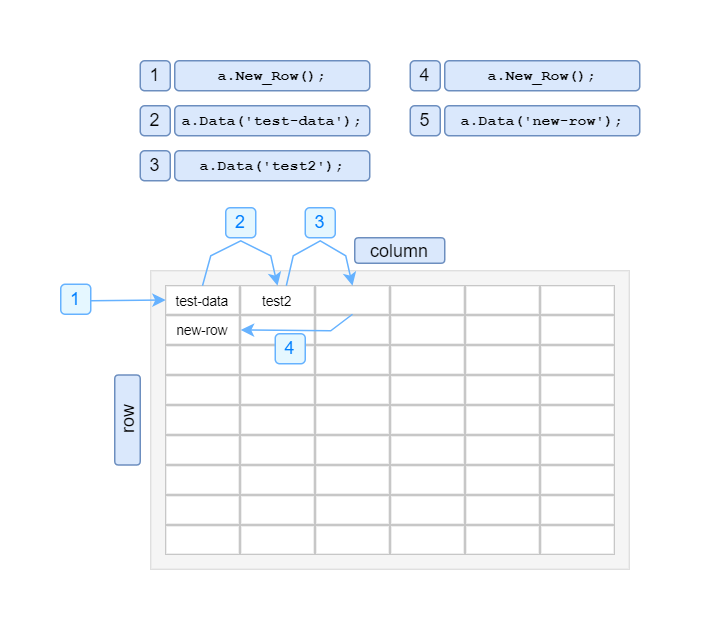
OtabekToshkanov/biruni-docs keeps this draw.io diagram as .gitbook/assets/b_table.png. Above is the earlier version. Source tidied: cells renumbered, new cells last; positions are measured from the earlier drawing's top-left corner, leaving out a move shared by most shapes. Its diagram source:
```xml
<mxGraphModel>
  <root>
    <mxCell id="0" />
    <mxCell id="1" parent="0" />
    <mxCell id="2" style="rounded=0;whiteSpace=wrap;html=1;strokeWidth=0;fillColor=#f5f5f5;fontColor=#333333;strokeColor=#666666;" parent="1" vertex="1">
      <mxGeometry x="60" y="140" width="319" height="199" as="geometry" />
    </mxCell>
    <mxCell id="3" value="&lt;font style=&quot;font-size: 9px;&quot;&gt;test2&lt;/font&gt;" style="rounded=0;whiteSpace=wrap;html=1;strokeWidth=0;gradientColor=none;" parent="1" vertex="1">
      <mxGeometry x="120" y="150" width="49" height="19" as="geometry" />
    </mxCell>
    <mxCell id="4" value="&lt;font style=&quot;font-size: 9px;&quot;&gt;test-data&lt;/font&gt;" style="rounded=0;whiteSpace=wrap;html=1;strokeWidth=0;shadow=0;glass=0;dashed=1;strokeColor=default;" parent="1" vertex="1">
      <mxGeometry x="70" y="150" width="49" height="19" as="geometry" />
    </mxCell>
    <mxCell id="5" value="new-row" style="rounded=0;whiteSpace=wrap;html=1;strokeWidth=0;fontSize=9;" parent="1" vertex="1">
      <mxGeometry x="70" y="170" width="49" height="19" as="geometry" />
    </mxCell>
    <mxCell id="6" style="rounded=0;whiteSpace=wrap;html=1;strokeWidth=0;" parent="1" vertex="1">
      <mxGeometry x="120" y="190" width="49" height="19" as="geometry" />
    </mxCell>
    <mxCell id="7" style="rounded=0;whiteSpace=wrap;html=1;strokeWidth=0;" parent="1" vertex="1">
      <mxGeometry x="120" y="170" width="49" height="19" as="geometry" />
    </mxCell>
    <mxCell id="8" style="rounded=0;whiteSpace=wrap;html=1;strokeWidth=0;" parent="1" vertex="1">
      <mxGeometry x="70" y="190" width="49" height="19" as="geometry" />
    </mxCell>
    <mxCell id="9" style="rounded=0;whiteSpace=wrap;html=1;strokeWidth=0;" parent="1" vertex="1">
      <mxGeometry x="170" y="150" width="49" height="19" as="geometry" />
    </mxCell>
    <mxCell id="10" style="rounded=0;whiteSpace=wrap;html=1;strokeWidth=0;" parent="1" vertex="1">
      <mxGeometry x="220" y="150" width="49" height="19" as="geometry" />
    </mxCell>
    <mxCell id="11" style="rounded=0;whiteSpace=wrap;html=1;strokeWidth=0;" parent="1" vertex="1">
      <mxGeometry x="170" y="170" width="49" height="19" as="geometry" />
    </mxCell>
    <mxCell id="12" style="rounded=0;whiteSpace=wrap;html=1;strokeWidth=0;" parent="1" vertex="1">
      <mxGeometry x="220" y="170" width="49" height="19" as="geometry" />
    </mxCell>
    <mxCell id="13" style="rounded=0;whiteSpace=wrap;html=1;strokeWidth=0;" parent="1" vertex="1">
      <mxGeometry x="170" y="190" width="49" height="19" as="geometry" />
    </mxCell>
    <mxCell id="14" style="rounded=0;whiteSpace=wrap;html=1;strokeWidth=0;" parent="1" vertex="1">
      <mxGeometry x="220" y="190" width="49" height="19" as="geometry" />
    </mxCell>
    <mxCell id="15" style="rounded=0;whiteSpace=wrap;html=1;strokeWidth=0;" parent="1" vertex="1">
      <mxGeometry x="270" y="150" width="49" height="19" as="geometry" />
    </mxCell>
    <mxCell id="16" style="rounded=0;whiteSpace=wrap;html=1;strokeWidth=0;" parent="1" vertex="1">
      <mxGeometry x="320" y="150" width="49" height="19" as="geometry" />
    </mxCell>
    <mxCell id="17" style="rounded=0;whiteSpace=wrap;html=1;strokeWidth=0;" parent="1" vertex="1">
      <mxGeometry x="270" y="170" width="49" height="19" as="geometry" />
    </mxCell>
    <mxCell id="18" style="rounded=0;whiteSpace=wrap;html=1;strokeWidth=0;" parent="1" vertex="1">
      <mxGeometry x="320" y="170" width="49" height="19" as="geometry" />
    </mxCell>
    <mxCell id="19" style="rounded=0;whiteSpace=wrap;html=1;strokeWidth=0;" parent="1" vertex="1">
      <mxGeometry x="270" y="190" width="49" height="19" as="geometry" />
    </mxCell>
    <mxCell id="20" style="rounded=0;whiteSpace=wrap;html=1;strokeWidth=0;" parent="1" vertex="1">
      <mxGeometry x="320" y="190" width="49" height="19" as="geometry" />
    </mxCell>
    <mxCell id="21" style="rounded=0;whiteSpace=wrap;html=1;strokeWidth=0;" parent="1" vertex="1">
      <mxGeometry x="120" y="210" width="49" height="19" as="geometry" />
    </mxCell>
    <mxCell id="22" style="rounded=0;whiteSpace=wrap;html=1;strokeWidth=0;" parent="1" vertex="1">
      <mxGeometry x="70" y="210" width="49" height="19" as="geometry" />
    </mxCell>
    <mxCell id="23" style="rounded=0;whiteSpace=wrap;html=1;strokeWidth=0;" parent="1" vertex="1">
      <mxGeometry x="70" y="230" width="49" height="19" as="geometry" />
    </mxCell>
    <mxCell id="24" style="rounded=0;whiteSpace=wrap;html=1;strokeWidth=0;" parent="1" vertex="1">
      <mxGeometry x="120" y="250" width="49" height="19" as="geometry" />
    </mxCell>
    <mxCell id="25" style="rounded=0;whiteSpace=wrap;html=1;strokeWidth=0;" parent="1" vertex="1">
      <mxGeometry x="120" y="230" width="49" height="19" as="geometry" />
    </mxCell>
    <mxCell id="26" style="rounded=0;whiteSpace=wrap;html=1;strokeWidth=0;" parent="1" vertex="1">
      <mxGeometry x="70" y="250" width="49" height="19" as="geometry" />
    </mxCell>
    <mxCell id="27" style="rounded=0;whiteSpace=wrap;html=1;strokeWidth=0;" parent="1" vertex="1">
      <mxGeometry x="170" y="210" width="49" height="19" as="geometry" />
    </mxCell>
    <mxCell id="28" style="rounded=0;whiteSpace=wrap;html=1;strokeWidth=0;" parent="1" vertex="1">
      <mxGeometry x="220" y="210" width="49" height="19" as="geometry" />
    </mxCell>
    <mxCell id="29" style="rounded=0;whiteSpace=wrap;html=1;strokeWidth=0;" parent="1" vertex="1">
      <mxGeometry x="170" y="230" width="49" height="19" as="geometry" />
    </mxCell>
    <mxCell id="30" style="rounded=0;whiteSpace=wrap;html=1;strokeWidth=0;" parent="1" vertex="1">
      <mxGeometry x="220" y="230" width="49" height="19" as="geometry" />
    </mxCell>
    <mxCell id="31" style="rounded=0;whiteSpace=wrap;html=1;strokeWidth=0;" parent="1" vertex="1">
      <mxGeometry x="170" y="250" width="49" height="19" as="geometry" />
    </mxCell>
    <mxCell id="32" style="rounded=0;whiteSpace=wrap;html=1;strokeWidth=0;" parent="1" vertex="1">
      <mxGeometry x="220" y="250" width="49" height="19" as="geometry" />
    </mxCell>
    <mxCell id="33" style="rounded=0;whiteSpace=wrap;html=1;strokeWidth=0;" parent="1" vertex="1">
      <mxGeometry x="270" y="210" width="49" height="19" as="geometry" />
    </mxCell>
    <mxCell id="34" style="rounded=0;whiteSpace=wrap;html=1;strokeWidth=0;" parent="1" vertex="1">
      <mxGeometry x="320" y="210" width="49" height="19" as="geometry" />
    </mxCell>
    <mxCell id="35" style="rounded=0;whiteSpace=wrap;html=1;strokeWidth=0;" parent="1" vertex="1">
      <mxGeometry x="270" y="230" width="49" height="19" as="geometry" />
    </mxCell>
    <mxCell id="36" style="rounded=0;whiteSpace=wrap;html=1;strokeWidth=0;" parent="1" vertex="1">
      <mxGeometry x="320" y="230" width="49" height="19" as="geometry" />
    </mxCell>
    <mxCell id="37" style="rounded=0;whiteSpace=wrap;html=1;strokeWidth=0;" parent="1" vertex="1">
      <mxGeometry x="270" y="250" width="49" height="19" as="geometry" />
    </mxCell>
    <mxCell id="38" style="rounded=0;whiteSpace=wrap;html=1;strokeWidth=0;" parent="1" vertex="1">
      <mxGeometry x="320" y="250" width="49" height="19" as="geometry" />
    </mxCell>
    <mxCell id="39" style="rounded=0;whiteSpace=wrap;html=1;strokeWidth=0;" parent="1" vertex="1">
      <mxGeometry x="120" y="270" width="49" height="19" as="geometry" />
    </mxCell>
    <mxCell id="40" style="rounded=0;whiteSpace=wrap;html=1;strokeWidth=0;" parent="1" vertex="1">
      <mxGeometry x="70" y="270" width="49" height="19" as="geometry" />
    </mxCell>
    <mxCell id="41" style="rounded=0;whiteSpace=wrap;html=1;strokeWidth=0;" parent="1" vertex="1">
      <mxGeometry x="70" y="290" width="49" height="19" as="geometry" />
    </mxCell>
    <mxCell id="42" style="rounded=0;whiteSpace=wrap;html=1;strokeWidth=0;" parent="1" vertex="1">
      <mxGeometry x="120" y="310" width="49" height="19" as="geometry" />
    </mxCell>
    <mxCell id="43" style="rounded=0;whiteSpace=wrap;html=1;strokeWidth=0;" parent="1" vertex="1">
      <mxGeometry x="120" y="290" width="49" height="19" as="geometry" />
    </mxCell>
    <mxCell id="44" style="rounded=0;whiteSpace=wrap;html=1;strokeWidth=0;" parent="1" vertex="1">
      <mxGeometry x="70" y="310" width="49" height="19" as="geometry" />
    </mxCell>
    <mxCell id="45" style="rounded=0;whiteSpace=wrap;html=1;strokeWidth=0;" parent="1" vertex="1">
      <mxGeometry x="170" y="270" width="49" height="19" as="geometry" />
    </mxCell>
    <mxCell id="46" style="rounded=0;whiteSpace=wrap;html=1;strokeWidth=0;" parent="1" vertex="1">
      <mxGeometry x="220" y="270" width="49" height="19" as="geometry" />
    </mxCell>
    <mxCell id="47" style="rounded=0;whiteSpace=wrap;html=1;strokeWidth=0;" parent="1" vertex="1">
      <mxGeometry x="170" y="290" width="49" height="19" as="geometry" />
    </mxCell>
    <mxCell id="48" style="rounded=0;whiteSpace=wrap;html=1;strokeWidth=0;" parent="1" vertex="1">
      <mxGeometry x="220" y="290" width="49" height="19" as="geometry" />
    </mxCell>
    <mxCell id="49" style="rounded=0;whiteSpace=wrap;html=1;strokeWidth=0;" parent="1" vertex="1">
      <mxGeometry x="170" y="310" width="49" height="19" as="geometry" />
    </mxCell>
    <mxCell id="50" style="rounded=0;whiteSpace=wrap;html=1;strokeWidth=0;" parent="1" vertex="1">
      <mxGeometry x="220" y="310" width="49" height="19" as="geometry" />
    </mxCell>
    <mxCell id="51" style="rounded=0;whiteSpace=wrap;html=1;strokeWidth=0;" parent="1" vertex="1">
      <mxGeometry x="270" y="270" width="49" height="19" as="geometry" />
    </mxCell>
    <mxCell id="52" style="rounded=0;whiteSpace=wrap;html=1;strokeWidth=0;" parent="1" vertex="1">
      <mxGeometry x="320" y="270" width="49" height="19" as="geometry" />
    </mxCell>
    <mxCell id="53" style="rounded=0;whiteSpace=wrap;html=1;strokeWidth=0;" parent="1" vertex="1">
      <mxGeometry x="270" y="290" width="49" height="19" as="geometry" />
    </mxCell>
    <mxCell id="54" style="rounded=0;whiteSpace=wrap;html=1;strokeWidth=0;" parent="1" vertex="1">
      <mxGeometry x="320" y="290" width="49" height="19" as="geometry" />
    </mxCell>
    <mxCell id="55" style="rounded=0;whiteSpace=wrap;html=1;strokeWidth=0;" parent="1" vertex="1">
      <mxGeometry x="270" y="310" width="49" height="19" as="geometry" />
    </mxCell>
    <mxCell id="56" style="rounded=0;whiteSpace=wrap;html=1;strokeWidth=0;" parent="1" vertex="1">
      <mxGeometry x="320" y="310" width="49" height="19" as="geometry" />
    </mxCell>
    <mxCell id="57" value="&lt;font style=&quot;font-size: 10px;&quot;&gt;a.Data('test-data');&lt;/font&gt;" style="text;html=1;align=center;verticalAlign=middle;whiteSpace=wrap;rounded=1;fontSize=8;fillColor=#dae8fc;strokeColor=#6c8ebf;fontFamily=Courier New;fontStyle=1;" parent="1" vertex="1">
      <mxGeometry x="76" y="30" width="130" height="20" as="geometry" />
    </mxCell>
    <mxCell id="58" value="row" style="text;html=1;align=center;verticalAlign=middle;whiteSpace=wrap;rounded=1;direction=south;horizontal=0;flipH=0;flipV=0;strokeColor=#6c8ebf;fillColor=#dae8fc;" parent="1" vertex="1">
      <mxGeometry x="36" y="209.5" width="17" height="60" as="geometry" />
    </mxCell>
    <mxCell id="59" style="endArrow=classic;html=1;rounded=0;exitX=0.5;exitY=0;exitDx=0;exitDy=0;entryX=0.5;entryY=0;entryDx=0;entryDy=0;flowAnimation=0;enumerate=0;strokeColor=#66B2FF;" parent="1" edge="1" source="4" target="3">
      <mxGeometry relative="1" as="geometry">
        <Array as="points">
          <mxPoint x="100" y="130" />
          <mxPoint x="120" y="120" />
          <mxPoint x="140" y="130" />
        </Array>
      </mxGeometry>
    </mxCell>
    <mxCell id="60" value="&lt;font style=&quot;font-size: 10px;&quot;&gt;a.New_Row();&lt;/font&gt;" style="text;html=1;align=center;verticalAlign=middle;whiteSpace=wrap;rounded=1;fontSize=8;fillColor=#dae8fc;strokeColor=#6c8ebf;fontFamily=Courier New;fontStyle=1;" parent="1" vertex="1">
      <mxGeometry x="76" width="130" height="20" as="geometry" />
    </mxCell>
    <mxCell id="61" style="endArrow=classic;html=1;rounded=0;entryX=0;entryY=0.5;entryDx=0;entryDy=0;strokeColor=#66B2FF;" parent="1" edge="1" target="4">
      <mxGeometry relative="1" as="geometry">
        <mxPoint x="20" y="160" as="sourcePoint" />
      </mxGeometry>
    </mxCell>
    <mxCell id="62" value="&lt;font style=&quot;color: rgb(0, 127, 255);&quot;&gt;2&lt;/font&gt;" style="text;html=1;align=center;verticalAlign=middle;whiteSpace=wrap;rounded=1;strokeColor=#66B2FF;fillColor=#E5F7FF;" parent="1" vertex="1">
      <mxGeometry x="110" y="98" width="20" height="20" as="geometry" />
    </mxCell>
    <mxCell id="63" value="1" style="text;html=1;align=center;verticalAlign=middle;whiteSpace=wrap;rounded=1;strokeColor=#6c8ebf;fillColor=#dae8fc;" parent="1" vertex="1">
      <mxGeometry x="53" width="20" height="20" as="geometry" />
    </mxCell>
    <mxCell id="64" value="2" style="text;html=1;align=center;verticalAlign=middle;whiteSpace=wrap;rounded=1;strokeColor=#6c8ebf;fillColor=#dae8fc;" parent="1" vertex="1">
      <mxGeometry x="53" y="30" width="20" height="20" as="geometry" />
    </mxCell>
    <mxCell id="65" value="&lt;font style=&quot;color: rgb(0, 127, 255);&quot;&gt;1&lt;/font&gt;" style="text;html=1;align=center;verticalAlign=middle;whiteSpace=wrap;rounded=1;strokeColor=#66B2FF;fillColor=#E5F7FF;" parent="1" vertex="1">
      <mxGeometry y="149" width="20" height="20" as="geometry" />
    </mxCell>
    <mxCell id="66" value="&lt;font style=&quot;font-size: 10px;&quot;&gt;a.Data('test2');&lt;/font&gt;" style="text;html=1;align=center;verticalAlign=middle;whiteSpace=wrap;rounded=1;fontSize=8;fillColor=#dae8fc;strokeColor=#6c8ebf;fontFamily=Courier New;fontStyle=1;" parent="1" vertex="1">
      <mxGeometry x="76" y="60" width="130" height="20" as="geometry" />
    </mxCell>
    <mxCell id="67" value="3" style="text;html=1;align=center;verticalAlign=middle;whiteSpace=wrap;rounded=1;strokeColor=#6c8ebf;fillColor=#dae8fc;" parent="1" vertex="1">
      <mxGeometry x="53" y="60" width="20" height="20" as="geometry" />
    </mxCell>
    <mxCell id="68" style="endArrow=classic;html=1;rounded=0;exitX=0.62;exitY=0;exitDx=0;exitDy=0;entryX=0.5;entryY=0;entryDx=0;entryDy=0;flowAnimation=0;enumerate=0;strokeColor=#66B2FF;exitPerimeter=0;" parent="1" edge="1" source="3" target="9">
      <mxGeometry relative="1" as="geometry">
        <Array as="points">
          <mxPoint x="155" y="130" />
          <mxPoint x="173" y="120" />
          <mxPoint x="190" y="130" />
        </Array>
      </mxGeometry>
    </mxCell>
    <mxCell id="69" value="&lt;font style=&quot;color: rgb(0, 127, 255);&quot;&gt;3&lt;/font&gt;" style="text;html=1;align=center;verticalAlign=middle;whiteSpace=wrap;rounded=1;strokeColor=#66B2FF;fillColor=#E5F7FF;" parent="1" vertex="1">
      <mxGeometry x="163" y="98" width="20" height="20" as="geometry" />
    </mxCell>
    <mxCell id="70" style="endArrow=classic;html=1;rounded=0;entryX=0;entryY=0.5;entryDx=0;entryDy=0;strokeColor=#66B2FF;exitX=0.5;exitY=1;exitDx=0;exitDy=0;" parent="1" edge="1" source="9" target="7">
      <mxGeometry relative="1" as="geometry">
        <Array as="points">
          <mxPoint x="180" y="180" />
        </Array>
      </mxGeometry>
    </mxCell>
    <mxCell id="71" value="&lt;font style=&quot;color: rgb(0, 127, 255);&quot;&gt;4&lt;/font&gt;" style="text;html=1;align=center;verticalAlign=middle;whiteSpace=wrap;rounded=1;strokeColor=#66B2FF;fillColor=#E5F7FF;" parent="1" vertex="1">
      <mxGeometry x="143" y="182" width="20" height="20" as="geometry" />
    </mxCell>
    <mxCell id="72" value="&lt;font style=&quot;font-size: 10px;&quot;&gt;a.New_Row();&lt;/font&gt;" style="text;html=1;align=center;verticalAlign=middle;whiteSpace=wrap;rounded=1;fontSize=8;fillColor=#dae8fc;strokeColor=#6c8ebf;fontFamily=Courier New;fontStyle=1;" parent="1" vertex="1">
      <mxGeometry x="256" width="130" height="20" as="geometry" />
    </mxCell>
    <mxCell id="73" value="4" style="text;html=1;align=center;verticalAlign=middle;whiteSpace=wrap;rounded=1;strokeColor=#6c8ebf;fillColor=#dae8fc;" parent="1" vertex="1">
      <mxGeometry x="233" width="20" height="20" as="geometry" />
    </mxCell>
    <mxCell id="74" value="&lt;font style=&quot;font-size: 10px;&quot;&gt;a.Data('new-row');&lt;/font&gt;" style="text;html=1;align=center;verticalAlign=middle;whiteSpace=wrap;rounded=1;fontSize=8;fillColor=#dae8fc;strokeColor=#6c8ebf;fontFamily=Courier New;fontStyle=1;" parent="1" vertex="1">
      <mxGeometry x="256" y="30" width="130" height="20" as="geometry" />
    </mxCell>
    <mxCell id="75" value="5" style="text;html=1;align=center;verticalAlign=middle;whiteSpace=wrap;rounded=1;strokeColor=#6c8ebf;fillColor=#dae8fc;" parent="1" vertex="1">
      <mxGeometry x="233" y="30" width="20" height="20" as="geometry" />
    </mxCell>
    <mxCell id="76" value="column" style="text;html=1;align=center;verticalAlign=middle;whiteSpace=wrap;rounded=1;direction=west;horizontal=1;flipH=0;flipV=0;strokeColor=#6c8ebf;fillColor=#dae8fc;" parent="1" vertex="1">
      <mxGeometry x="196" y="118" width="60" height="17" as="geometry" />
    </mxCell>
  </root>
</mxGraphModel>
```
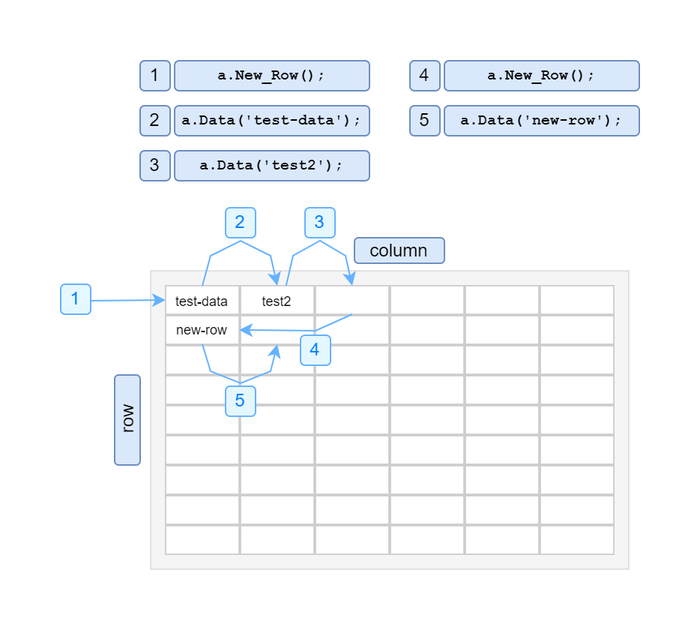
The same diagram one commit later.

Commit message:
GITBOOK-15: No subject

The edit, as a diff of the source:
```diff
@@ -220,15 +220,17 @@
     <mxCell id="69" value="&lt;font style=&quot;color: rgb(0, 127, 255);&quot;&gt;3&lt;/font&gt;" style="text;html=1;align=center;verticalAlign=middle;whiteSpace=wrap;rounded=1;strokeColor=#66B2FF;fillColor=#E5F7FF;" parent="1" vertex="1">
       <mxGeometry x="163" y="98" width="20" height="20" as="geometry" />
     </mxCell>
-    <mxCell id="70" style="endArrow=classic;html=1;rounded=0;entryX=0;entryY=0.5;entryDx=0;entryDy=0;strokeColor=#66B2FF;exitX=0.5;exitY=1;exitDx=0;exitDy=0;" parent="1" edge="1" source="9" target="7">
+    <mxCell id="70" style="endArrow=classic;html=1;rounded=0;entryX=0.5;entryY=1;entryDx=0;entryDy=0;strokeColor=#66B2FF;exitX=0.5;exitY=1;exitDx=0;exitDy=0;" parent="1" edge="1" source="5" target="7">
       <mxGeometry relative="1" as="geometry">
         <Array as="points">
-          <mxPoint x="180" y="180" />
+          <mxPoint x="100" y="207" />
+          <mxPoint x="120" y="215" />
+          <mxPoint x="140" y="207" />
         </Array>
       </mxGeometry>
     </mxCell>
     <mxCell id="71" value="&lt;font style=&quot;color: rgb(0, 127, 255);&quot;&gt;4&lt;/font&gt;" style="text;html=1;align=center;verticalAlign=middle;whiteSpace=wrap;rounded=1;strokeColor=#66B2FF;fillColor=#E5F7FF;" parent="1" vertex="1">
-      <mxGeometry x="143" y="182" width="20" height="20" as="geometry" />
+      <mxGeometry x="160" y="183" width="20" height="20" as="geometry" />
     </mxCell>
     <mxCell id="72" value="&lt;font style=&quot;font-size: 10px;&quot;&gt;a.New_Row();&lt;/font&gt;" style="text;html=1;align=center;verticalAlign=middle;whiteSpace=wrap;rounded=1;fontSize=8;fillColor=#dae8fc;strokeColor=#6c8ebf;fontFamily=Courier New;fontStyle=1;" parent="1" vertex="1">
       <mxGeometry x="256" width="130" height="20" as="geometry" />
@@ -245,5 +247,15 @@
     <mxCell id="76" value="column" style="text;html=1;align=center;verticalAlign=middle;whiteSpace=wrap;rounded=1;direction=west;horizontal=1;flipH=0;flipV=0;strokeColor=#6c8ebf;fillColor=#dae8fc;" parent="1" vertex="1">
       <mxGeometry x="196" y="118" width="60" height="17" as="geometry" />
     </mxCell>
+    <mxCell id="77" style="endArrow=classic;html=1;rounded=0;entryX=1;entryY=0.5;entryDx=0;entryDy=0;strokeColor=#66B2FF;exitX=0.5;exitY=1;exitDx=0;exitDy=0;" parent="1" edge="1" source="9" target="5">
+      <mxGeometry relative="1" as="geometry">
+        <Array as="points">
+          <mxPoint x="170" y="180" />
+        </Array>
+      </mxGeometry>
+    </mxCell>
+    <mxCell id="78" value="&lt;font style=&quot;color: rgb(0, 127, 255);&quot;&gt;5&lt;/font&gt;" style="text;html=1;align=center;verticalAlign=middle;whiteSpace=wrap;rounded=1;strokeColor=#66B2FF;fillColor=#E5F7FF;" parent="1" vertex="1">
+      <mxGeometry x="110" y="217" width="20" height="20" as="geometry" />
+    </mxCell>
   </root>
 </mxGraphModel>
```
